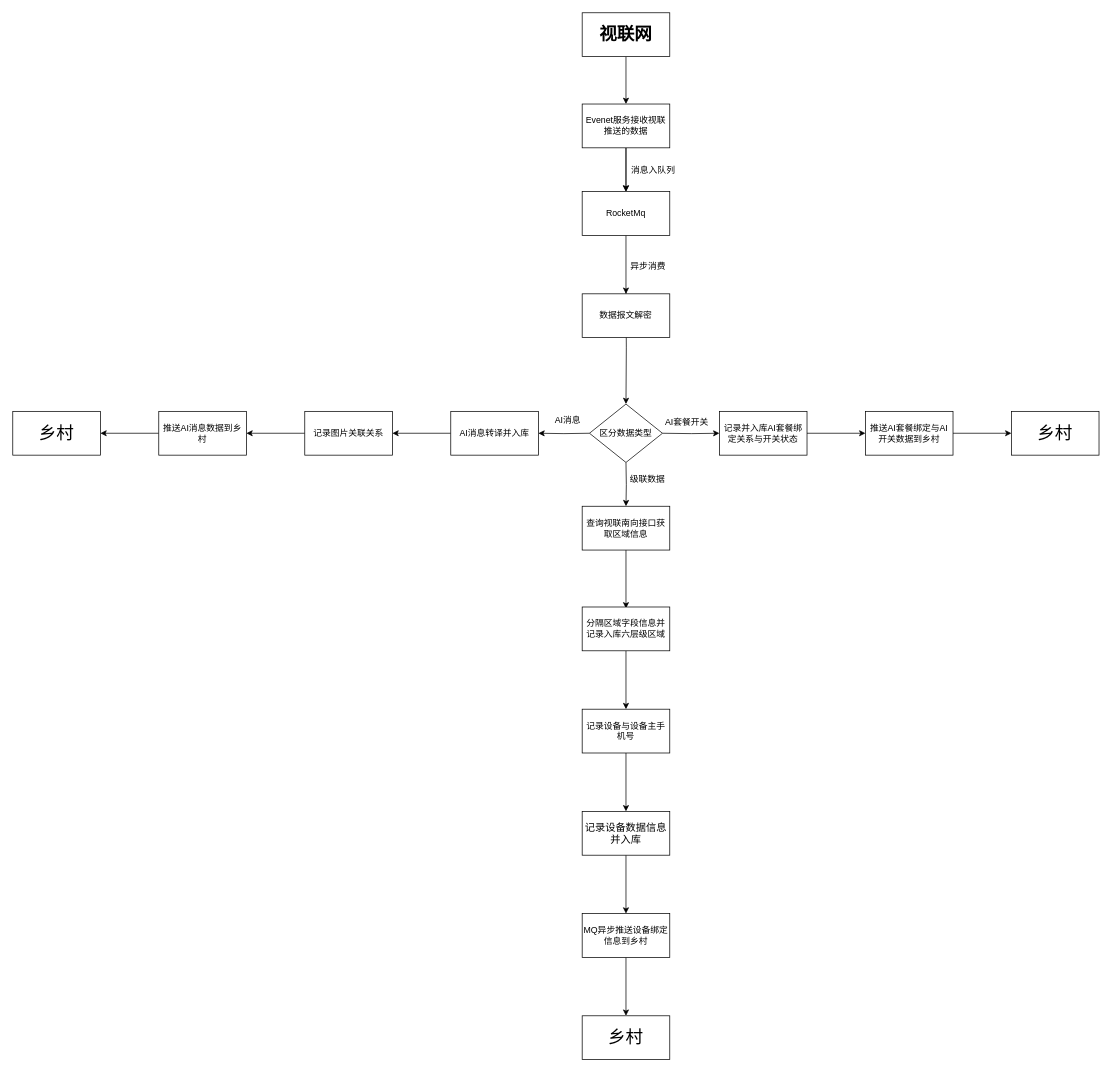
The draw.io diagram 级联推送.drawio in HughRudolf/Drawio, before the edit. Source tidied: cells renumbered, new cells numbered last; positions are measured from the earlier drawing's top-left corner, leaving out a move shared by most shapes. Both pictures are drawn from the tidied source at 73%, with x=0, y=0 at pixel (12, 12).
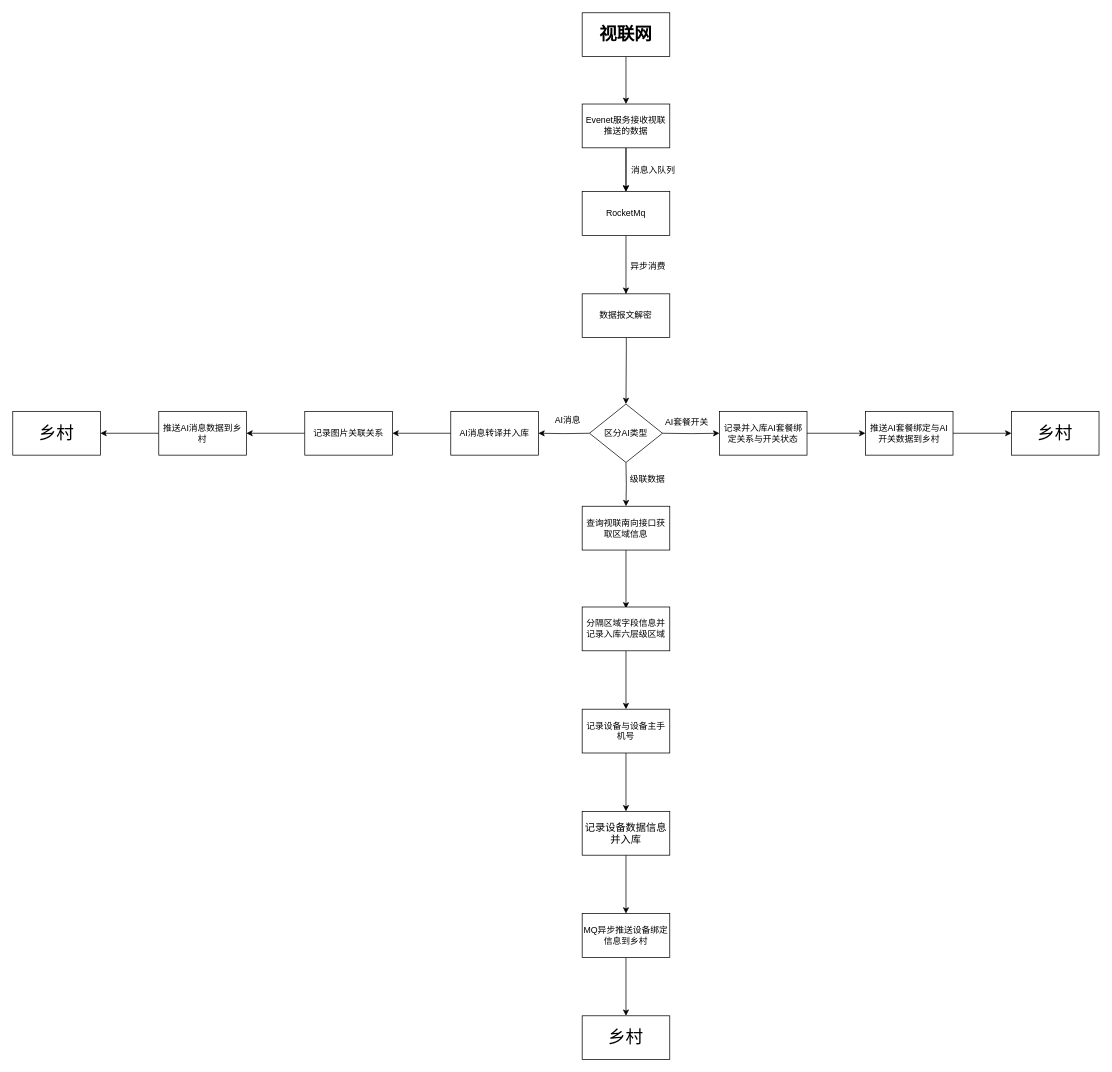
Above is the later version.

Commit message:
更新级联推送.drawio

Diff of the diagram source:
```diff
@@
-    <mxCell id="13" value="区分数据类型" style="rhombus;whiteSpace=wrap;html=1;" parent="1" vertex="1">
+    <mxCell id="13" value="区分AI类型" style="rhombus;whiteSpace=wrap;html=1;" parent="1" vertex="1">
       <mxGeometry x="790" y="536" width="100" height="80" as="geometry" />
     </mxCell>
```
